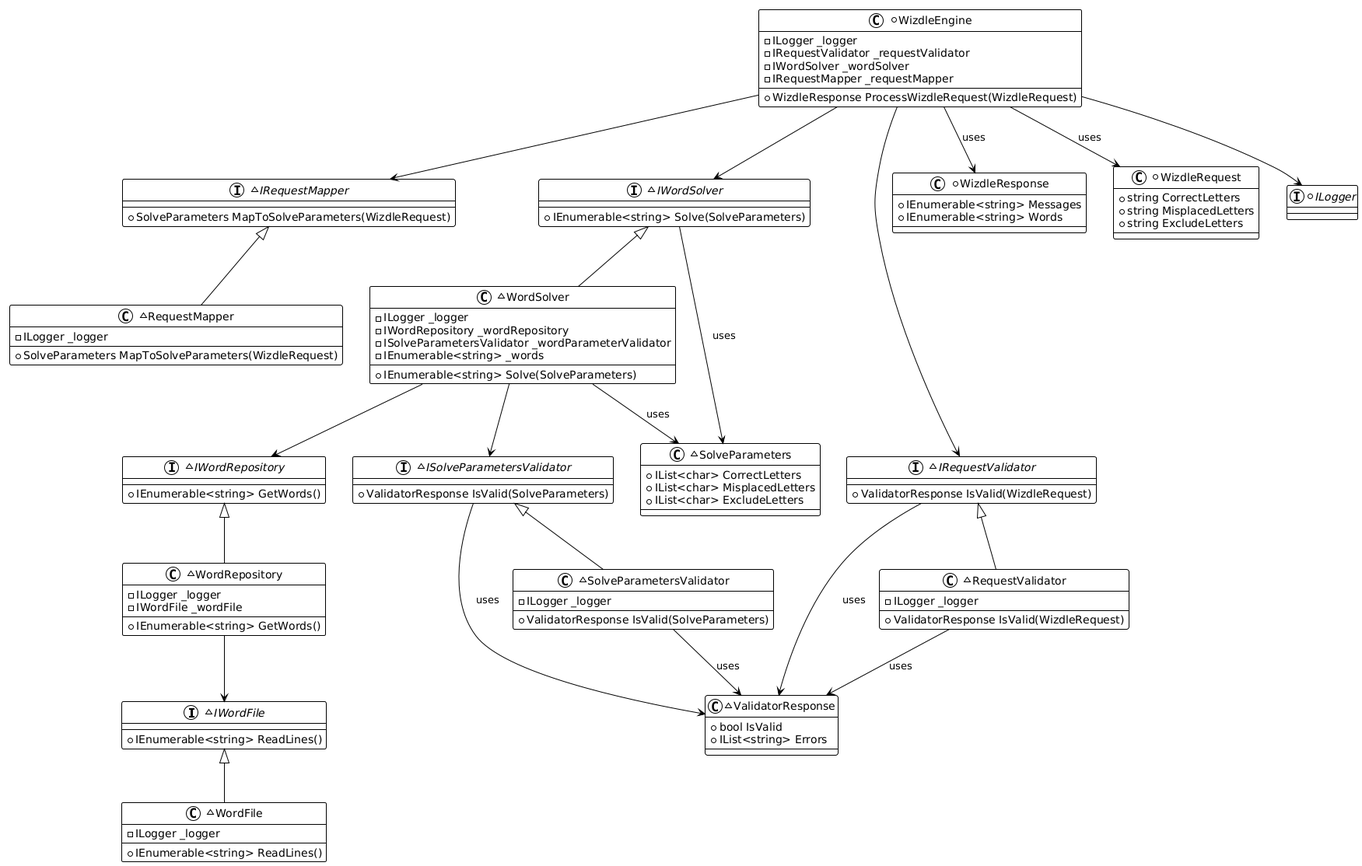
Above: Wizdle.Domain/Wizdle.png in lyndychivs/Wizdle (PlantUML), before the change. The source it was exported from:
```plantuml
@startuml
!theme plain

~interface IWordFile {
    +IEnumerable<string> ReadLines()
}

~class WordFile {
    -ILogger _logger
    +IEnumerable<string> ReadLines()
}

IWordFile <|-- WordFile

~interface IRequestMapper {
    +SolveParameters MapToSolveParameters(WizdleRequest)
}

~class RequestMapper {
    -ILogger _logger
    +SolveParameters MapToSolveParameters(WizdleRequest)
}

IRequestMapper <|-- RequestMapper

~interface IWordRepository {
    +IEnumerable<string> GetWords()
}

~class WordRepository {
    -ILogger _logger
    -IWordFile _wordFile
    +IEnumerable<string> GetWords()
}

IWordRepository <|-- WordRepository
WordRepository --> IWordFile

~interface IWordSolver {
    +IEnumerable<string> Solve(SolveParameters)
}

~class WordSolver {
    -ILogger _logger
    -IWordRepository _wordRepository
    -ISolveParametersValidator _wordParameterValidator
    -IEnumerable<string> _words
    +IEnumerable<string> Solve(SolveParameters)
}

~class SolveParameters {
    +IList<char> CorrectLetters
    +IList<char> MisplacedLetters
    +IList<char> ExcludeLetters
}

IWordSolver <|-- WordSolver
IWordSolver --> SolveParameters : uses
WordSolver --> SolveParameters : uses
WordSolver --> IWordRepository
WordSolver --> ISolveParametersValidator

~interface ISolveParametersValidator {
    +ValidatorResponse IsValid(SolveParameters)
}

~class SolveParametersValidator {
    -ILogger _logger
    +ValidatorResponse IsValid(SolveParameters)
}

ISolveParametersValidator <|-- SolveParametersValidator

~interface IRequestValidator {
    +ValidatorResponse IsValid(WizdleRequest)
}

~class RequestValidator {
    -ILogger _logger
    +ValidatorResponse IsValid(WizdleRequest)
}

IRequestValidator <|-- RequestValidator

~class ValidatorResponse {
    +bool IsValid
    +IList<string> Errors
}

IRequestValidator --> ValidatorResponse : uses
ISolveParametersValidator --> ValidatorResponse : uses
RequestValidator --> ValidatorResponse : uses
SolveParametersValidator --> ValidatorResponse : uses

+class WizdleEngine {
    -ILogger _logger
    -IRequestValidator _requestValidator
    -IWordSolver _wordSolver
    -IRequestMapper _requestMapper
    +WizdleResponse ProcessWizdleRequest(WizdleRequest)
}

WizdleEngine --> IRequestValidator
WizdleEngine --> IWordSolver
WizdleEngine --> IRequestMapper

+class WizdleResponse {
    +IEnumerable<string> Messages
    +IEnumerable<string> Words
}

+class WizdleRequest {
    +string CorrectLetters
    +string MisplacedLetters
    +string ExcludeLetters
}

WizdleEngine --> WizdleRequest : uses
WizdleEngine --> WizdleResponse : uses

+interface ILogger {
}

WizdleEngine --> ILogger
@enduml
```
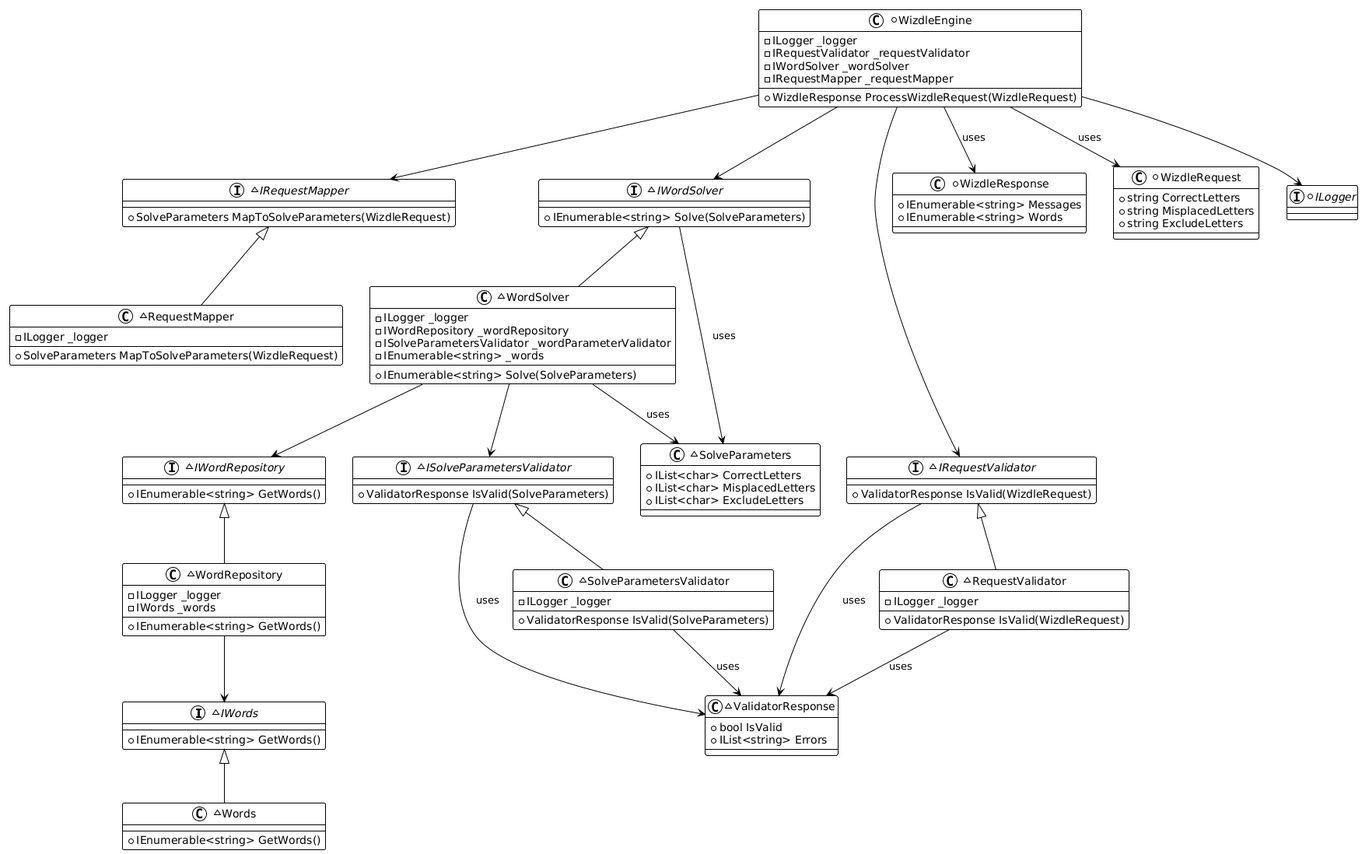
After the commit.

Change to the diagram source:
```diff
@@ -1,16 +1,15 @@
 @startuml
 !theme plain
 
-~interface IWordFile {
-    +IEnumerable<string> ReadLines()
+~interface IWords {
+    +IEnumerable<string> GetWords()
 }
 
-~class WordFile {
-    -ILogger _logger
-    +IEnumerable<string> ReadLines()
+~class Words {
+    +IEnumerable<string> GetWords()
 }
 
-IWordFile <|-- WordFile
+IWords <|-- Words
 
 ~interface IRequestMapper {
     +SolveParameters MapToSolveParameters(WizdleRequest)
@@ -29,12 +28,12 @@
 
 ~class WordRepository {
     -ILogger _logger
-    -IWordFile _wordFile
+    -IWords _words
     +IEnumerable<string> GetWords()
 }
 
 IWordRepository <|-- WordRepository
-WordRepository --> IWordFile
+WordRepository --> IWords
 
 ~interface IWordSolver {
     +IEnumerable<string> Solve(SolveParameters)
```
